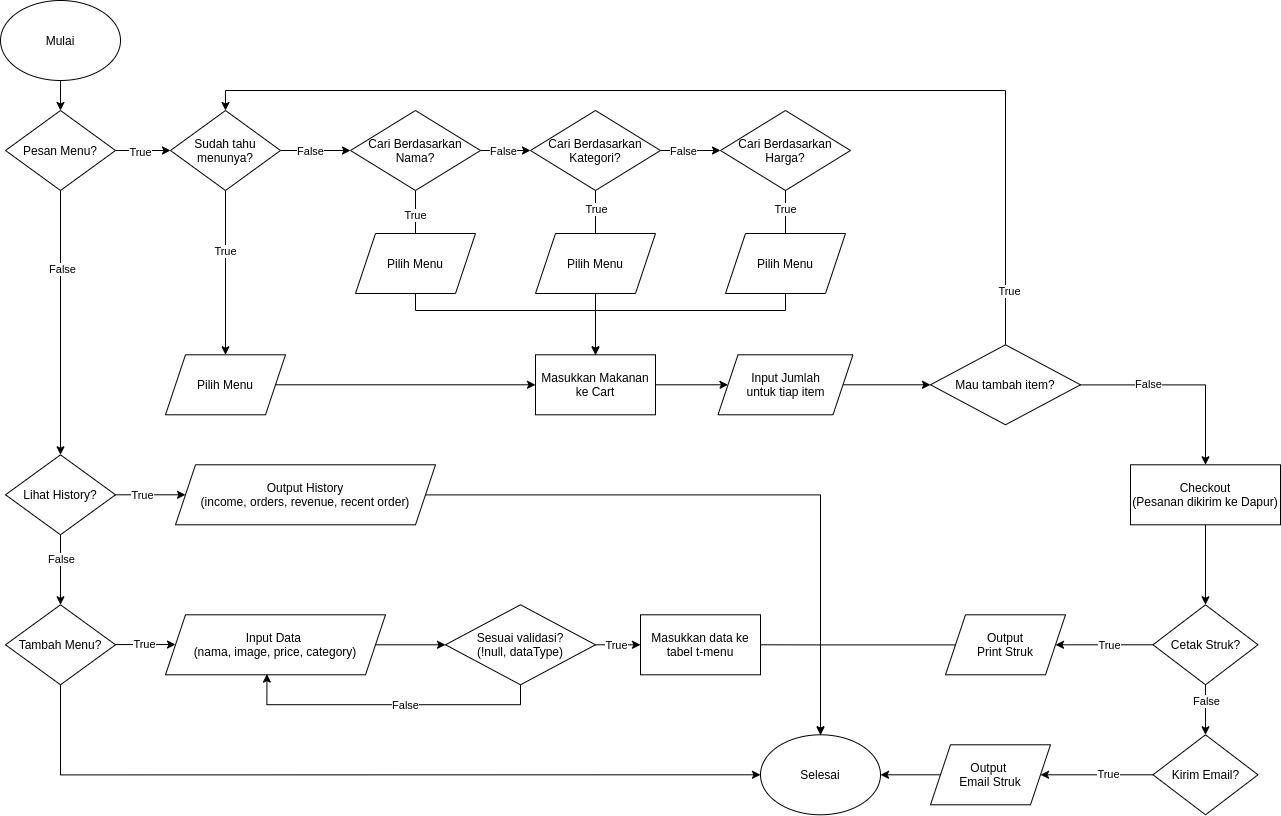
Above: POS-Backend-Diagram.png in alifma/pos-backend (draw.io), before the change. Source tidied: cells renumbered, new cells last; positions are measured from the earlier drawing's top-left corner, leaving out a move shared by most shapes.
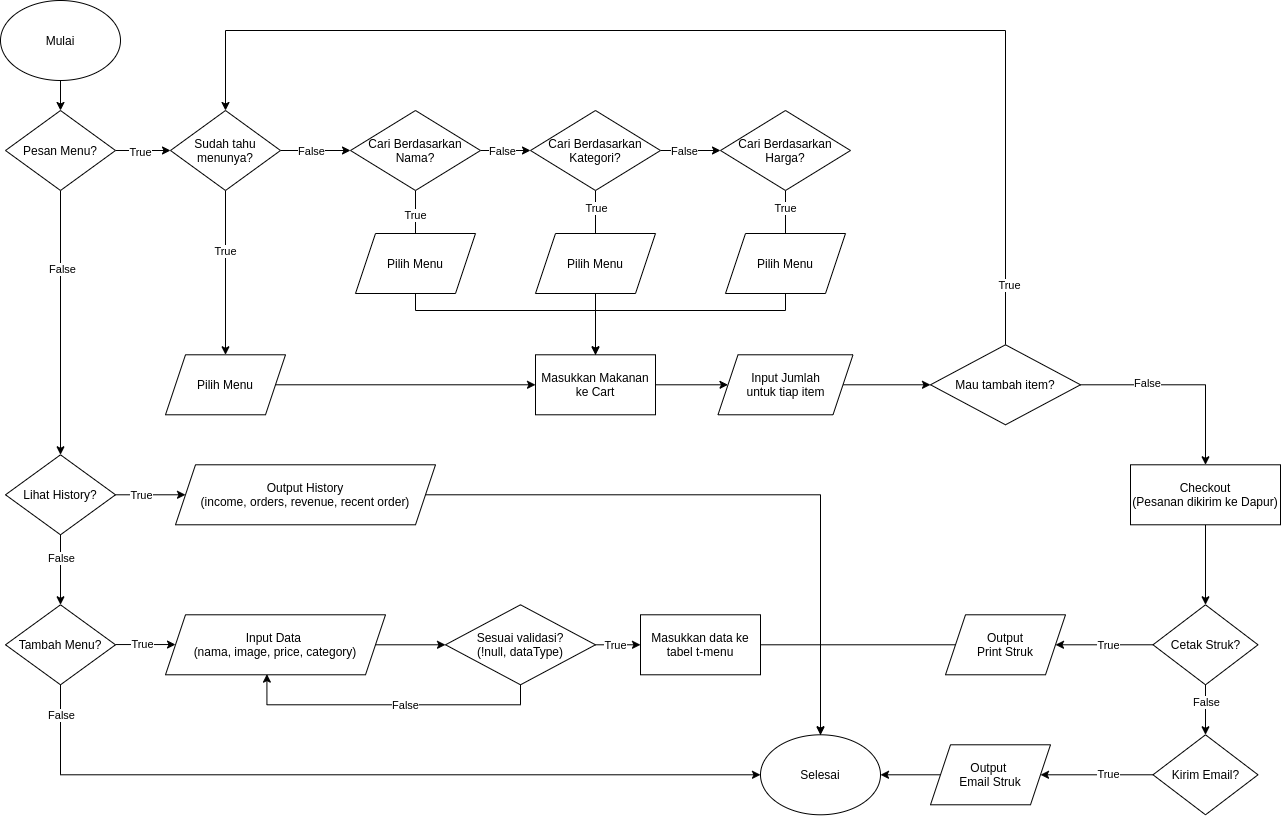
After the commit.

The edit, as a diff of the source:
```diff
@@ -59,6 +59,11 @@
         </Array>
       </mxGeometry>
     </mxCell>
+    <mxCell id="79" value="False" style="edgeLabel;html=1;align=center;verticalAlign=middle;" parent="17" vertex="1">
+      <mxGeometry x="-0.94" relative="1" as="geometry">
+        <mxPoint y="7" as="offset" />
+      </mxGeometry>
+    </mxCell>
     <mxCell id="18" value="Tambah Menu?" style="rhombus;whiteSpace=wrap;html=1;" parent="1" vertex="1">
       <mxGeometry x="5" y="604.3" width="110" height="80" as="geometry" />
     </mxCell>
@@ -185,8 +190,8 @@
     <mxCell id="54" style="edgeStyle=orthogonalEdgeStyle;rounded=0;jettySize=auto;html=1;entryX=0.5;entryY=0;entryDx=0;entryDy=0;exitX=0.5;exitY=0;exitDx=0;exitDy=0;" parent="1" edge="1" source="58" target="34">
       <mxGeometry relative="1" as="geometry">
         <Array as="points">
-          <mxPoint x="1005" y="90" />
-          <mxPoint x="225" y="90" />
+          <mxPoint x="1005" y="30" />
+          <mxPoint x="225" y="30" />
         </Array>
       </mxGeometry>
     </mxCell>
```
